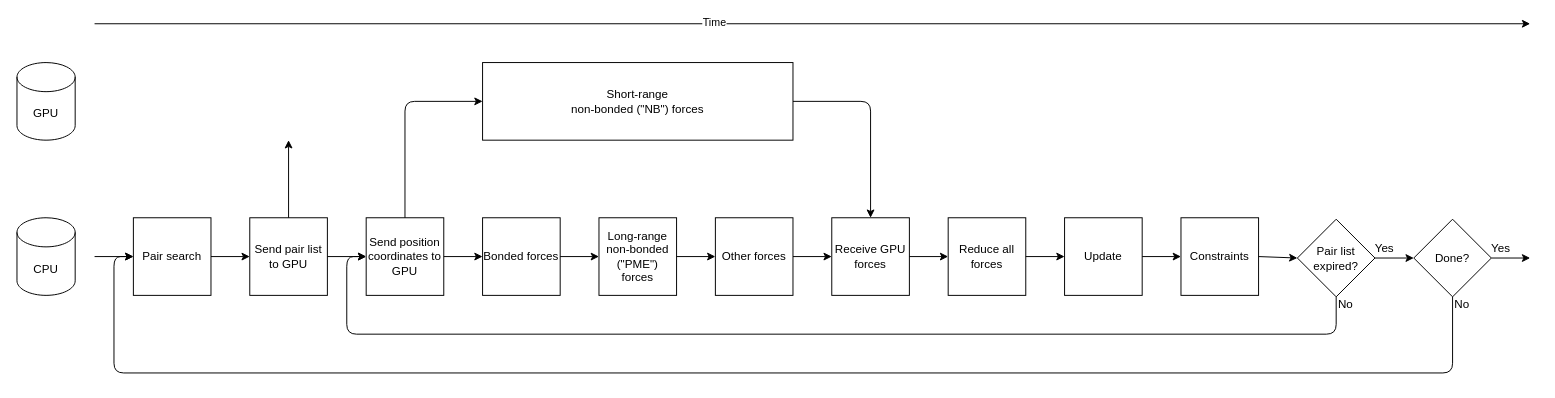
Before: content/diagrams/molecular-dynamics-workflow-on-cpu-and-one-gpu.drawio in ENCCS/gromacs-gpu-performance, a draw.io diagram. Source tidied: cells renumbered, new cells numbered last; positions are measured from the earlier drawing's top-left corner, leaving out a move shared by most shapes. Both pictures are drawn from the tidied source at 97%, with x=0, y=0 at pixel (16, 23).
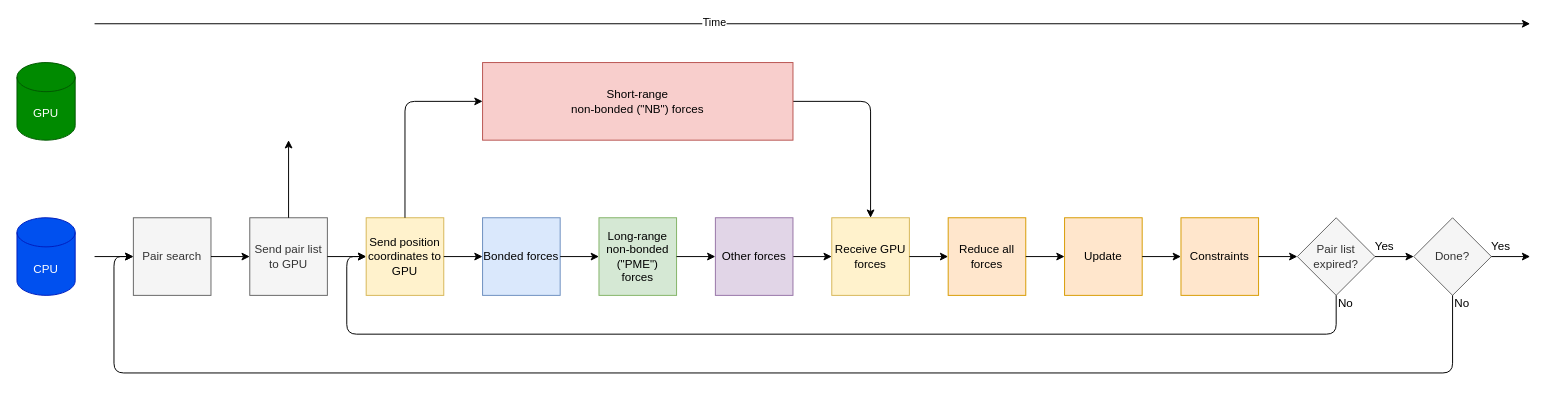
The same diagram, later.

What changed in the source:
```diff
@@
-    <mxCell id="4" value="Update" style="whiteSpace=wrap;html=1;" parent="1" vertex="1">
+    <mxCell id="4" value="Update" style="whiteSpace=wrap;html=1;fillColor=#ffe6cc;strokeColor=#d79b00;" parent="1" vertex="1">
       <mxGeometry x="1080" y="200" width="80" height="80" as="geometry" />
     </mxCell>
-    <mxCell id="5" value="Constraints" style="whiteSpace=wrap;html=1;" parent="1" vertex="1">
+    <mxCell id="5" value="Constraints" style="whiteSpace=wrap;html=1;fillColor=#ffe6cc;strokeColor=#d79b00;" parent="1" vertex="1">
       <mxGeometry x="1200" y="200" width="80" height="80" as="geometry" />
     </mxCell>
@@
-    <mxCell id="9" value="Pair list expired?" style="rhombus;whiteSpace=wrap;html=1;" parent="1" vertex="1">
-      <mxGeometry x="1320" y="201.5" width="80" height="80" as="geometry" />
+    <mxCell id="9" value="Pair list expired?" style="rhombus;whiteSpace=wrap;html=1;fillColor=#f5f5f5;strokeColor=#666666;fontColor=#333333;" parent="1" vertex="1">
+      <mxGeometry x="1320" y="200" width="80" height="80" as="geometry" />
     </mxCell>
     <mxCell id="10" style="endArrow=classic;html=1;exitX=1;exitY=0.5;exitDx=0;exitDy=0;entryX=0;entryY=0.5;entryDx=0;entryDy=0;" parent="1" edge="1" source="9">
       <mxGeometry relative="1" as="geometry">
-        <mxPoint x="1440" y="241.5" as="targetPoint" />
+        <mxPoint x="1440" y="240" as="targetPoint" />
       </mxGeometry>
     </mxCell>
     <mxCell id="11" value="Yes" style="text;html=1;strokeColor=none;fillColor=none;align=center;verticalAlign=middle;whiteSpace=wrap;rounded=0;" parent="1" vertex="1">
-      <mxGeometry x="1390" y="221.5" width="40" height="20" as="geometry" />
+      <mxGeometry x="1390" y="220" width="40" height="20" as="geometry" />
     </mxCell>
     <mxCell id="12" value="No" style="text;html=1;strokeColor=none;fillColor=none;align=center;verticalAlign=middle;whiteSpace=wrap;rounded=0;" parent="1" vertex="1">
-      <mxGeometry x="1350" y="280" width="40" height="20" as="geometry" />
+      <mxGeometry x="1350" y="278.5" width="40" height="20" as="geometry" />
     </mxCell>
@@
-    <mxCell id="14" value="Pair search" style="whiteSpace=wrap;html=1;" parent="1" vertex="1">
+    <mxCell id="14" value="Pair search" style="whiteSpace=wrap;html=1;fillColor=#f5f5f5;strokeColor=#666666;fontColor=#333333;" parent="1" vertex="1">
       <mxGeometry x="120" y="200" width="80" height="80" as="geometry" />
     </mxCell>
-    <mxCell id="15" value="Send pair list to GPU" style="whiteSpace=wrap;html=1;" parent="1" vertex="1">
+    <mxCell id="15" value="Send pair list to GPU" style="whiteSpace=wrap;html=1;fillColor=#f5f5f5;strokeColor=#666666;fontColor=#333333;" parent="1" vertex="1">
       <mxGeometry x="240" y="200" width="80" height="80" as="geometry" />
     </mxCell>
-    <mxCell id="16" value="Long-range non-bonded (&quot;PME&quot;) forces" style="whiteSpace=wrap;html=1;" parent="1" vertex="1">
+    <mxCell id="16" value="Long-range non-bonded (&quot;PME&quot;) forces" style="whiteSpace=wrap;html=1;fillColor=#d5e8d4;strokeColor=#82b366;" parent="1" vertex="1">
       <mxGeometry x="600" y="200" width="80" height="80" as="geometry" />
     </mxCell>
-    <mxCell id="17" value="Other forces" style="whiteSpace=wrap;html=1;" parent="1" vertex="1">
+    <mxCell id="17" value="Other forces" style="whiteSpace=wrap;html=1;fillColor=#e1d5e7;strokeColor=#9673a6;" parent="1" vertex="1">
       <mxGeometry x="720" y="200" width="80" height="80" as="geometry" />
     </mxCell>
@@
-    <mxCell id="19" value="Done?" style="rhombus;whiteSpace=wrap;html=1;" parent="1" vertex="1">
-      <mxGeometry x="1440" y="201.5" width="80" height="80" as="geometry" />
+    <mxCell id="19" value="Done?" style="rhombus;whiteSpace=wrap;html=1;fillColor=#f5f5f5;strokeColor=#666666;fontColor=#333333;" parent="1" vertex="1">
+      <mxGeometry x="1440" y="200" width="80" height="80" as="geometry" />
     </mxCell>
     <mxCell id="20" style="endArrow=classic;html=1;exitX=1;exitY=0.5;exitDx=0;exitDy=0;" parent="1" edge="1" source="19">
       <mxGeometry relative="1" as="geometry">
-        <mxPoint x="1560" y="241.5" as="targetPoint" />
+        <mxPoint x="1560" y="240" as="targetPoint" />
       </mxGeometry>
     </mxCell>
     <mxCell id="21" value="Yes" style="text;html=1;strokeColor=none;fillColor=none;align=center;verticalAlign=middle;whiteSpace=wrap;rounded=0;" parent="1" vertex="1">
-      <mxGeometry x="1510" y="221.5" width="40" height="20" as="geometry" />
+      <mxGeometry x="1510" y="220" width="40" height="20" as="geometry" />
     </mxCell>
@@
     <mxCell id="24" value="No" style="text;html=1;strokeColor=none;fillColor=none;align=center;verticalAlign=middle;whiteSpace=wrap;rounded=0;" parent="1" vertex="1">
-      <mxGeometry x="1470" y="280" width="40" height="20" as="geometry" />
+      <mxGeometry x="1470" y="278.5" width="40" height="20" as="geometry" />
     </mxCell>
-    <mxCell id="25" value="CPU" style="shape=cylinder3;whiteSpace=wrap;html=1;boundedLbl=1;backgroundOutline=1;size=15;" parent="1" vertex="1">
+    <mxCell id="25" value="CPU" style="shape=cylinder3;whiteSpace=wrap;html=1;boundedLbl=1;backgroundOutline=1;size=15;fillColor=#0050ef;strokeColor=#001DBC;fontColor=#ffffff;" parent="1" vertex="1">
       <mxGeometry y="200" width="60" height="80" as="geometry" />
     </mxCell>
-    <mxCell id="26" value="GPU" style="shape=cylinder3;whiteSpace=wrap;html=1;boundedLbl=1;backgroundOutline=1;size=15;" parent="1" vertex="1">
+    <mxCell id="26" value="GPU" style="shape=cylinder3;whiteSpace=wrap;html=1;boundedLbl=1;backgroundOutline=1;size=15;fillColor=#008a00;strokeColor=#005700;fontColor=#ffffff;" parent="1" vertex="1">
       <mxGeometry y="40" width="60" height="80" as="geometry" />
     </mxCell>
@@
-    <mxCell id="29" value="Bonded forces" style="whiteSpace=wrap;html=1;" parent="1" vertex="1">
+    <mxCell id="29" value="Bonded forces" style="whiteSpace=wrap;html=1;fillColor=#dae8fc;strokeColor=#6c8ebf;" parent="1" vertex="1">
       <mxGeometry x="480" y="200" width="80" height="80" as="geometry" />
     </mxCell>
-    <mxCell id="30" value="Send position coordinates to GPU" style="whiteSpace=wrap;html=1;" parent="1" vertex="1">
+    <mxCell id="30" value="Send position coordinates to GPU" style="whiteSpace=wrap;html=1;fillColor=#fff2cc;strokeColor=#d6b656;" parent="1" vertex="1">
       <mxGeometry x="360" y="200" width="80" height="80" as="geometry" />
     </mxCell>
@@
-    <mxCell id="34" value="Receive GPU forces" style="whiteSpace=wrap;html=1;" parent="1" vertex="1">
+    <mxCell id="34" value="Receive GPU forces" style="whiteSpace=wrap;html=1;fillColor=#fff2cc;strokeColor=#d6b656;" parent="1" vertex="1">
       <mxGeometry x="840" y="200" width="80" height="80" as="geometry" />
     </mxCell>
-    <mxCell id="35" value="Reduce all forces" style="whiteSpace=wrap;html=1;" parent="1" vertex="1">
+    <mxCell id="35" value="Reduce all forces" style="whiteSpace=wrap;html=1;fillColor=#ffe6cc;strokeColor=#d79b00;" parent="1" vertex="1">
       <mxGeometry x="960" y="200" width="80" height="80" as="geometry" />
     </mxCell>
@@
-    <mxCell id="39" value="&lt;span&gt;Short-range&lt;/span&gt;&lt;br&gt;&lt;span&gt;non-bonded (&quot;NB&quot;) forces&lt;/span&gt;" style="rounded=0;whiteSpace=wrap;html=1;" parent="1" vertex="1">
+    <mxCell id="39" value="&lt;span&gt;Short-range&lt;/span&gt;&lt;br&gt;&lt;span&gt;non-bonded (&quot;NB&quot;) forces&lt;/span&gt;" style="rounded=0;whiteSpace=wrap;html=1;fillColor=#f8cecc;strokeColor=#b85450;" parent="1" vertex="1">
       <mxGeometry x="480" y="40" width="320" height="80" as="geometry" />
     </mxCell>
```
